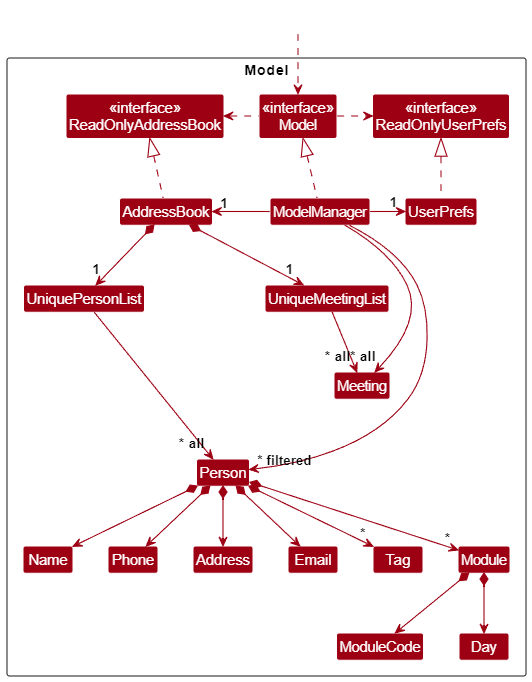
Kannan171/tp keeps this PlantUML diagram as docs/images/ModelClassDiagram.png. Above is the earlier version. Its source is kept beside it as docs/diagrams/ModelClassDiagram.puml. Its diagram source:
```plantuml
@startuml
!include style.puml
skinparam arrowThickness 1.1
skinparam arrowColor MODEL_COLOR
skinparam classBackgroundColor MODEL_COLOR

Package Model as ModelPackage <<Rectangle>>{
Class "<<interface>>\nReadOnlyAddressBook" as ReadOnlyAddressBook
Class "<<interface>>\nReadOnlyUserPrefs" as ReadOnlyUserPrefs
Class "<<interface>>\nModel" as Model
Class AddressBook
Class ModelManager
Class UserPrefs

Class UniquePersonList
Class UniqueMeetingList
Class Person
Class Address
Class Email
Class Name
Class Phone
Class Tag
Class Module
Class ModuleCode
Class Day
Class Meeting


Class I #FFFFFF
}

Class HiddenOutside #FFFFFF
HiddenOutside ..> Model

AddressBook .up.|> ReadOnlyAddressBook

ModelManager .up.|> Model
Model .right.> ReadOnlyUserPrefs
Model .left.> ReadOnlyAddressBook
ModelManager -left-> "1" AddressBook
ModelManager -right-> "1" UserPrefs
UserPrefs .up.|> ReadOnlyUserPrefs

AddressBook *--> "1" UniquePersonList
UniquePersonList --> "~* all" Person
Person *--> Name
Person *--> Phone
Person *--> Email
Person *--> Address
Person *--> "*" Tag
Person *--> "*" Module
Module *--> ModuleCode
Module *--> Day

AddressBook *--> "1" UniqueMeetingList
UniqueMeetingList --> "~* all" Meeting

Person -[hidden]up--> I
UniquePersonList -[hidden]right-> I

Name -[hidden]right-> Phone
Phone -[hidden]right-> Address
Address -[hidden]right-> Email

ModelManager --> "~* filtered" Person
ModelManager --> "~* all" Meeting
@enduml
```
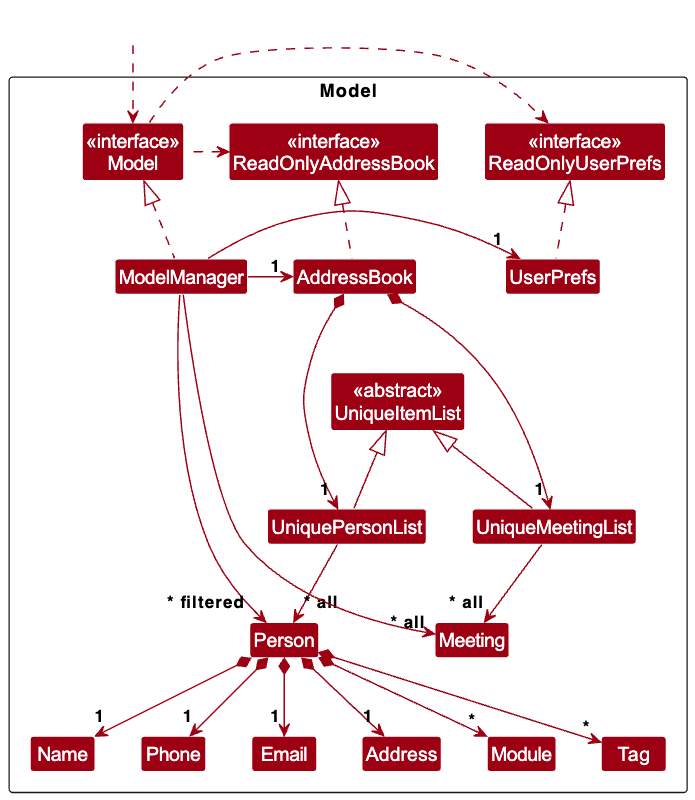
Later version of the same file.

Diff of the diagram source:
```diff
@@ -12,19 +12,18 @@
 Class ModelManager
 Class UserPrefs
 
+Class "<<abstract>>\nUniqueItemList" as UniqueItemList
 Class UniquePersonList
 Class UniqueMeetingList
+
 Class Person
-Class Address
-Class Email
 Class Name
 Class Phone
+Class Email
+Class Address
+Class Meeting
+Class Module
 Class Tag
-Class Module
-Class ModuleCode
-Class Day
-Class Meeting
-
 
 Class I #FFFFFF
 }
@@ -41,26 +40,27 @@
 ModelManager -right-> "1" UserPrefs
 UserPrefs .up.|> ReadOnlyUserPrefs
 
+AddressBook -[hidden]-> UniqueItemList
+UniquePersonList -up-|> UniqueItemList
+UniqueMeetingList -up-|> UniqueItemList
 AddressBook *--> "1" UniquePersonList
+AddressBook *--> "1" UniqueMeetingList
 UniquePersonList --> "~* all" Person
-Person *--> Name
-Person *--> Phone
-Person *--> Email
-Person *--> Address
+UniqueMeetingList --> "~* all" Meeting
+
+Person *--> "1" Name
+Person *--> "1" Phone
+Person *--> "1" Email
+Person *--> "1" Address
 Person *--> "*" Tag
 Person *--> "*" Module
-Module *--> ModuleCode
-Module *--> Day
-
-AddressBook *--> "1" UniqueMeetingList
-UniqueMeetingList --> "~* all" Meeting
 
 Person -[hidden]up--> I
-UniquePersonList -[hidden]right-> I
+UniqueItemList -[hidden]right-> I
 
 Name -[hidden]right-> Phone
-Phone -[hidden]right-> Address
-Address -[hidden]right-> Email
+Phone -[hidden]right-> Email
+Email -[hidden]right-> Address
 
 ModelManager --> "~* filtered" Person
 ModelManager --> "~* all" Meeting
```
